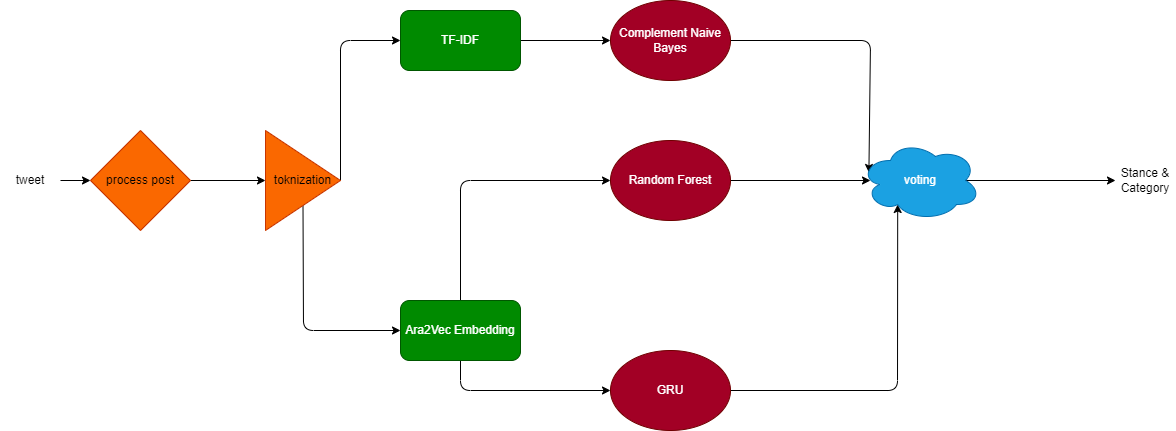
The draw.io diagram schemas/voting_pipeline_stance.png in nadaelsayed11/Arabic-Tweets-Sentiment-Classification, before a commit. Source tidied: cells renumbered, new cells last; positions are measured from the earlier drawing's top-left corner, leaving out a move shared by most shapes. The source it was exported from:
```xml
<mxGraphModel>
  <root>
    <mxCell id="0" />
    <mxCell id="1" parent="0" />
    <mxCell id="2" style="edgeStyle=none;html=1;exitX=1;exitY=0.5;exitDx=0;exitDy=0;" parent="1" edge="1" source="3" target="5">
      <mxGeometry relative="1" as="geometry" />
    </mxCell>
    <mxCell id="3" value="tweet" style="text;html=1;strokeColor=none;fillColor=none;align=center;verticalAlign=middle;whiteSpace=wrap;rounded=0;" parent="1" vertex="1">
      <mxGeometry y="165" width="60" height="30" as="geometry" />
    </mxCell>
    <mxCell id="4" style="edgeStyle=none;html=1;exitX=1;exitY=0.5;exitDx=0;exitDy=0;" parent="1" edge="1" source="5" target="8">
      <mxGeometry relative="1" as="geometry" />
    </mxCell>
    <mxCell id="5" value="process post" style="rhombus;whiteSpace=wrap;html=1;fillColor=#fa6800;fontColor=#000000;strokeColor=#C73500;" parent="1" vertex="1">
      <mxGeometry x="90" y="130" width="100" height="100" as="geometry" />
    </mxCell>
    <mxCell id="6" style="edgeStyle=none;html=1;exitX=1;exitY=0.5;exitDx=0;exitDy=0;entryX=0;entryY=0.5;entryDx=0;entryDy=0;" parent="1" edge="1" source="8" target="10">
      <mxGeometry relative="1" as="geometry">
        <Array as="points">
          <mxPoint x="340" y="40" />
        </Array>
      </mxGeometry>
    </mxCell>
    <mxCell id="7" style="edgeStyle=none;html=1;exitX=0.5;exitY=1;exitDx=0;exitDy=0;entryX=0;entryY=0.5;entryDx=0;entryDy=0;" parent="1" edge="1" source="8" target="19">
      <mxGeometry relative="1" as="geometry">
        <Array as="points">
          <mxPoint x="303" y="330" />
        </Array>
      </mxGeometry>
    </mxCell>
    <mxCell id="8" value="toknization" style="triangle;whiteSpace=wrap;html=1;fillColor=#fa6800;fontColor=#000000;strokeColor=#C73500;" parent="1" vertex="1">
      <mxGeometry x="265" y="130" width="75" height="100" as="geometry" />
    </mxCell>
    <mxCell id="9" style="edgeStyle=none;html=1;exitX=1;exitY=0.5;exitDx=0;exitDy=0;entryX=0;entryY=0.5;entryDx=0;entryDy=0;" parent="1" edge="1" source="10" target="12">
      <mxGeometry relative="1" as="geometry" />
    </mxCell>
    <mxCell id="10" value="TF-IDF" style="rounded=1;whiteSpace=wrap;html=1;fillColor=#008a00;fontColor=#ffffff;strokeColor=#005700;" parent="1" vertex="1">
      <mxGeometry x="400" y="10" width="120" height="60" as="geometry" />
    </mxCell>
    <mxCell id="11" style="edgeStyle=none;html=1;exitX=1;exitY=0.5;exitDx=0;exitDy=0;entryX=0.07;entryY=0.4;entryDx=0;entryDy=0;entryPerimeter=0;" parent="1" edge="1" source="12" target="21">
      <mxGeometry relative="1" as="geometry">
        <Array as="points">
          <mxPoint x="870" y="40" />
        </Array>
      </mxGeometry>
    </mxCell>
    <mxCell id="12" value="Complement Naive Bayes" style="ellipse;whiteSpace=wrap;html=1;fillColor=#a20025;fontColor=#ffffff;strokeColor=#6F0000;" parent="1" vertex="1">
      <mxGeometry x="610" width="120" height="80" as="geometry" />
    </mxCell>
    <mxCell id="13" style="edgeStyle=none;html=1;exitX=1;exitY=0.5;exitDx=0;exitDy=0;" parent="1" edge="1" source="14">
      <mxGeometry relative="1" as="geometry">
        <mxPoint x="870" y="180" as="targetPoint" />
      </mxGeometry>
    </mxCell>
    <mxCell id="14" value="Random Forest" style="ellipse;whiteSpace=wrap;html=1;fillColor=#a20025;fontColor=#ffffff;strokeColor=#6F0000;" parent="1" vertex="1">
      <mxGeometry x="610" y="140" width="120" height="80" as="geometry" />
    </mxCell>
    <mxCell id="15" style="edgeStyle=none;html=1;exitX=1;exitY=0.5;exitDx=0;exitDy=0;entryX=0.31;entryY=0.8;entryDx=0;entryDy=0;entryPerimeter=0;" parent="1" edge="1" source="16" target="21">
      <mxGeometry relative="1" as="geometry">
        <Array as="points">
          <mxPoint x="897" y="390" />
        </Array>
      </mxGeometry>
    </mxCell>
    <mxCell id="16" value="GRU" style="ellipse;whiteSpace=wrap;html=1;fillColor=#a20025;fontColor=#ffffff;strokeColor=#6F0000;" parent="1" vertex="1">
      <mxGeometry x="610" y="350" width="120" height="80" as="geometry" />
    </mxCell>
    <mxCell id="17" style="edgeStyle=none;html=1;exitX=0.5;exitY=1;exitDx=0;exitDy=0;entryX=0;entryY=0.5;entryDx=0;entryDy=0;" parent="1" edge="1" source="19" target="16">
      <mxGeometry relative="1" as="geometry">
        <Array as="points">
          <mxPoint x="460" y="390" />
        </Array>
      </mxGeometry>
    </mxCell>
    <mxCell id="18" style="edgeStyle=none;html=1;exitX=0.5;exitY=0;exitDx=0;exitDy=0;entryX=0;entryY=0.5;entryDx=0;entryDy=0;" parent="1" edge="1" source="19" target="14">
      <mxGeometry relative="1" as="geometry">
        <Array as="points">
          <mxPoint x="460" y="180" />
        </Array>
      </mxGeometry>
    </mxCell>
    <mxCell id="19" value="Ara2Vec Embedding" style="rounded=1;whiteSpace=wrap;html=1;fillColor=#008a00;fontColor=#ffffff;strokeColor=#005700;" parent="1" vertex="1">
      <mxGeometry x="400" y="300" width="120" height="60" as="geometry" />
    </mxCell>
    <mxCell id="20" style="edgeStyle=none;html=1;exitX=0.875;exitY=0.5;exitDx=0;exitDy=0;exitPerimeter=0;" parent="1" edge="1" source="21" target="22">
      <mxGeometry relative="1" as="geometry" />
    </mxCell>
    <mxCell id="21" value="voting" style="ellipse;shape=cloud;whiteSpace=wrap;html=1;fillColor=#1ba1e2;fontColor=#ffffff;strokeColor=#006EAF;" parent="1" vertex="1">
      <mxGeometry x="860" y="140" width="120" height="80" as="geometry" />
    </mxCell>
    <mxCell id="22" value="Stance &amp;amp; Category" style="text;html=1;strokeColor=none;fillColor=none;align=center;verticalAlign=middle;whiteSpace=wrap;rounded=0;" parent="1" vertex="1">
      <mxGeometry x="1115" y="165" width="60" height="30" as="geometry" />
    </mxCell>
  </root>
</mxGraphModel>
```
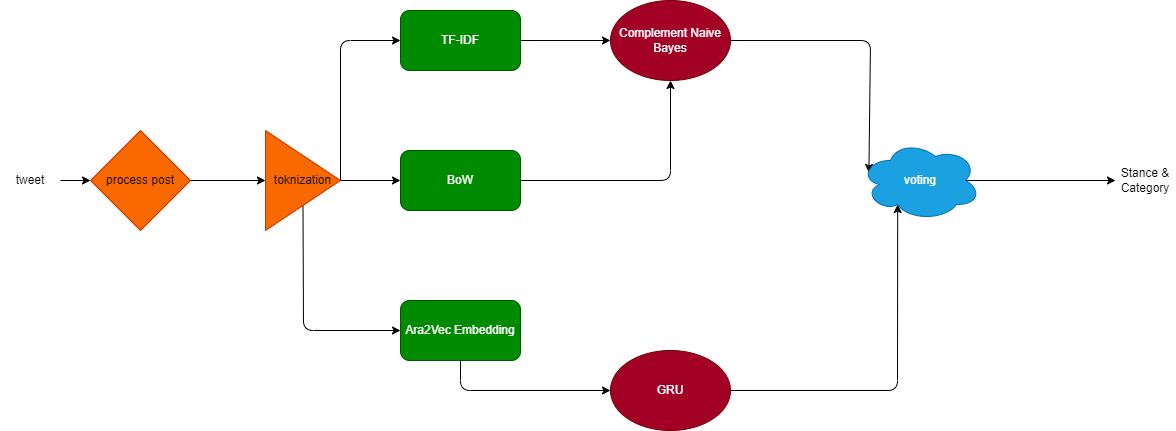
The same file after the commit.

The edit, as a diff of the source:
```diff
@@ -28,6 +28,9 @@
         </Array>
       </mxGeometry>
     </mxCell>
+    <mxCell id="23" style="edgeStyle=none;html=1;exitX=1;exitY=0.5;exitDx=0;exitDy=0;" parent="1" edge="1" source="8" target="18">
+      <mxGeometry relative="1" as="geometry" />
+    </mxCell>
     <mxCell id="8" value="toknization" style="triangle;whiteSpace=wrap;html=1;fillColor=#fa6800;fontColor=#000000;strokeColor=#C73500;" parent="1" vertex="1">
       <mxGeometry x="265" y="130" width="75" height="100" as="geometry" />
     </mxCell>
@@ -47,14 +50,6 @@
     <mxCell id="12" value="Complement Naive Bayes" style="ellipse;whiteSpace=wrap;html=1;fillColor=#a20025;fontColor=#ffffff;strokeColor=#6F0000;" parent="1" vertex="1">
       <mxGeometry x="610" width="120" height="80" as="geometry" />
     </mxCell>
-    <mxCell id="13" style="edgeStyle=none;html=1;exitX=1;exitY=0.5;exitDx=0;exitDy=0;" parent="1" edge="1" source="14">
-      <mxGeometry relative="1" as="geometry">
-        <mxPoint x="870" y="180" as="targetPoint" />
-      </mxGeometry>
-    </mxCell>
-    <mxCell id="14" value="Random Forest" style="ellipse;whiteSpace=wrap;html=1;fillColor=#a20025;fontColor=#ffffff;strokeColor=#6F0000;" parent="1" vertex="1">
-      <mxGeometry x="610" y="140" width="120" height="80" as="geometry" />
-    </mxCell>
     <mxCell id="15" style="edgeStyle=none;html=1;exitX=1;exitY=0.5;exitDx=0;exitDy=0;entryX=0.31;entryY=0.8;entryDx=0;entryDy=0;entryPerimeter=0;" parent="1" edge="1" source="16" target="21">
       <mxGeometry relative="1" as="geometry">
         <Array as="points">
@@ -72,13 +67,6 @@
         </Array>
       </mxGeometry>
     </mxCell>
-    <mxCell id="18" style="edgeStyle=none;html=1;exitX=0.5;exitY=0;exitDx=0;exitDy=0;entryX=0;entryY=0.5;entryDx=0;entryDy=0;" parent="1" edge="1" source="19" target="14">
-      <mxGeometry relative="1" as="geometry">
-        <Array as="points">
-          <mxPoint x="460" y="180" />
-        </Array>
-      </mxGeometry>
-    </mxCell>
     <mxCell id="19" value="Ara2Vec Embedding" style="rounded=1;whiteSpace=wrap;html=1;fillColor=#008a00;fontColor=#ffffff;strokeColor=#005700;" parent="1" vertex="1">
       <mxGeometry x="400" y="300" width="120" height="60" as="geometry" />
     </mxCell>
@@ -91,5 +79,15 @@
     <mxCell id="22" value="Stance &amp;amp; Category" style="text;html=1;strokeColor=none;fillColor=none;align=center;verticalAlign=middle;whiteSpace=wrap;rounded=0;" parent="1" vertex="1">
       <mxGeometry x="1115" y="165" width="60" height="30" as="geometry" />
     </mxCell>
+    <mxCell id="24" style="edgeStyle=none;html=1;exitX=1;exitY=0.5;exitDx=0;exitDy=0;entryX=0.5;entryY=1;entryDx=0;entryDy=0;" parent="1" edge="1" source="18" target="12">
+      <mxGeometry relative="1" as="geometry">
+        <Array as="points">
+          <mxPoint x="670" y="180" />
+        </Array>
+      </mxGeometry>
+    </mxCell>
+    <mxCell id="18" value="BoW" style="rounded=1;whiteSpace=wrap;html=1;fillColor=#008a00;fontColor=#ffffff;strokeColor=#005700;" parent="1" vertex="1">
+      <mxGeometry x="400" y="150" width="120" height="60" as="geometry" />
+    </mxCell>
   </root>
 </mxGraphModel>
```
